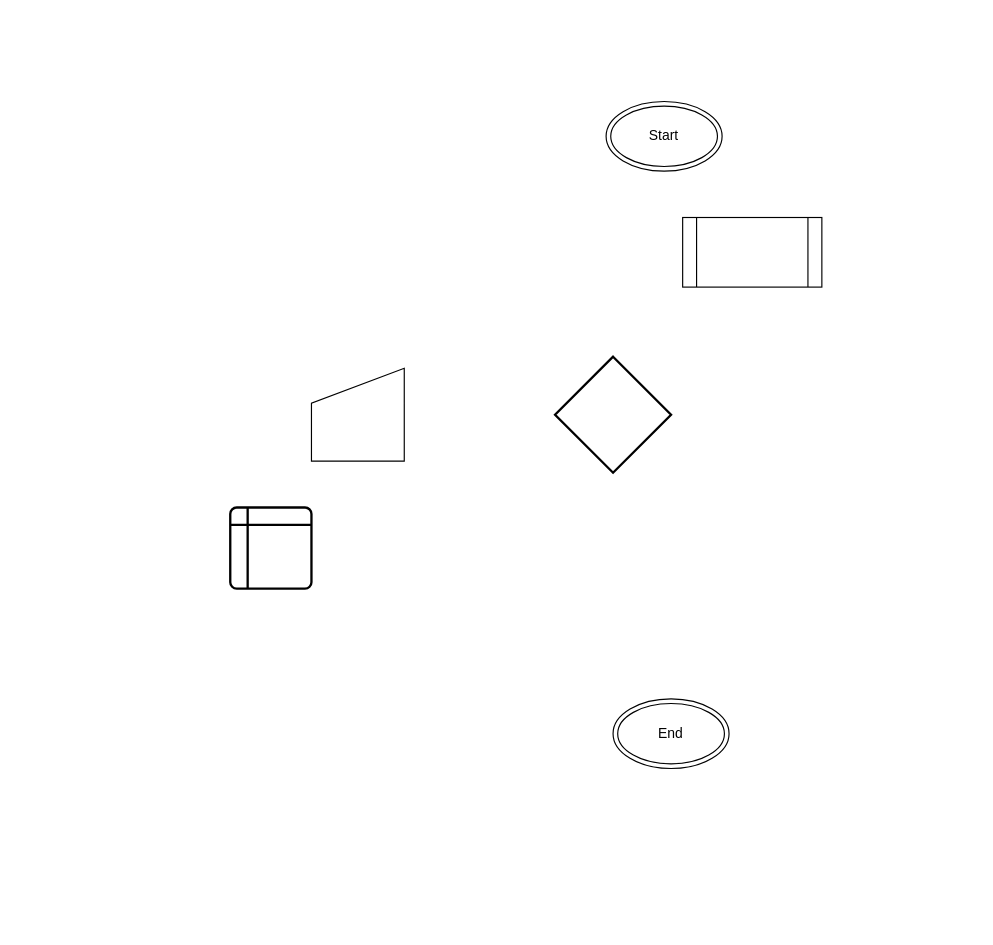
Before: flowchart inventarissysteem.drawio in Marc-Elz/vue-inventaris-systeem, a draw.io diagram. Source tidied: cells renumbered, new cells numbered last; positions are measured from the earlier drawing's top-left corner, leaving out a move shared by most shapes. Both pictures are drawn from the tidied source at 116%, with x=0, y=0 at pixel (230, 101).
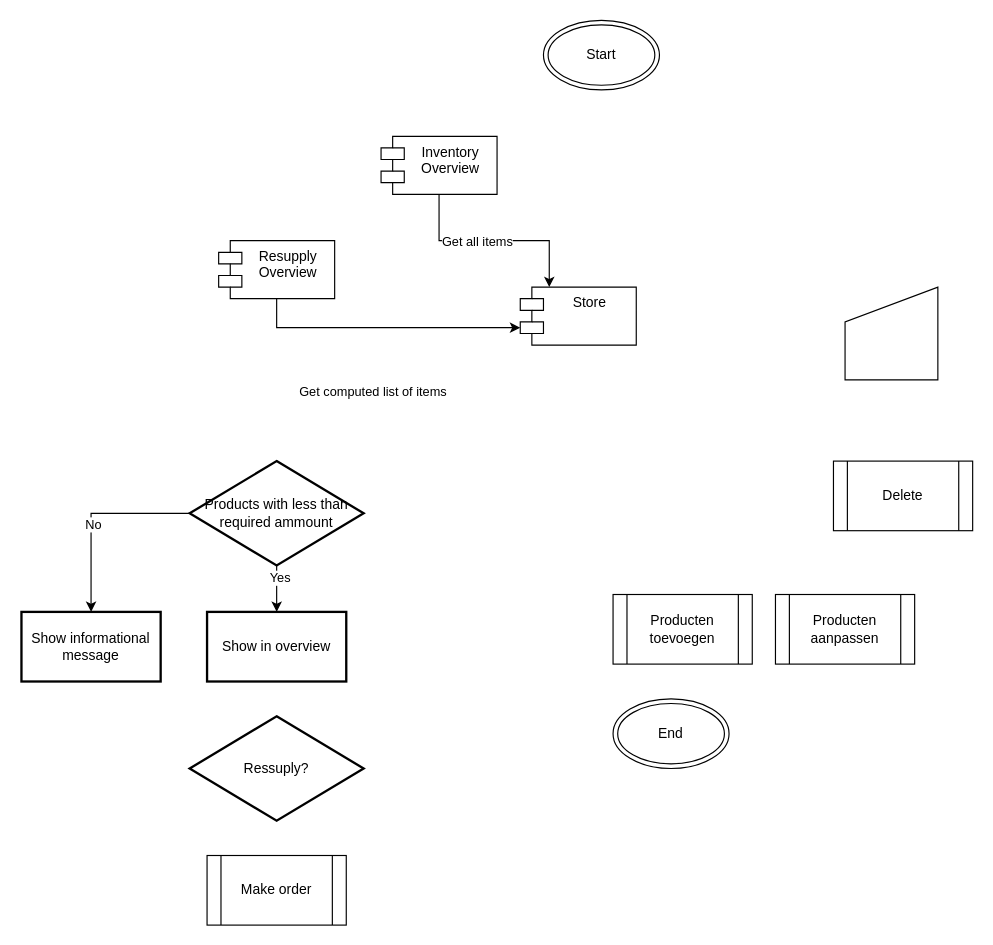
The same diagram, later.

Diff of the diagram source:
```diff
@@
-    <mxCell id="2" style="strokeWidth=2;html=1;shape=mxgraph.flowchart.decision;whiteSpace=wrap;" parent="1" vertex="1">
-      <mxGeometry x="280" y="220" width="100" height="100" as="geometry" />
-    </mxCell>
-    <mxCell id="3" style="shape=internalStorage;whiteSpace=wrap;html=1;dx=15;dy=15;rounded=1;arcSize=8;strokeWidth=2;" parent="1" vertex="1">
-      <mxGeometry y="350" width="70" height="70" as="geometry" />
-    </mxCell>
     <mxCell id="4" value="Start" style="ellipse;shape=doubleEllipse;whiteSpace=wrap;html=1;" parent="1" vertex="1">
-      <mxGeometry x="324" width="100" height="60" as="geometry" />
+      <mxGeometry x="270" y="-70" width="100" height="60" as="geometry" />
     </mxCell>
@@
-    <mxCell id="6" style="shape=process;whiteSpace=wrap;html=1;backgroundOutline=1;" parent="1" vertex="1">
-      <mxGeometry x="390" y="100" width="120" height="60" as="geometry" />
+    <mxCell id="6" value="Producten toevoegen" style="shape=process;whiteSpace=wrap;html=1;backgroundOutline=1;" parent="1" vertex="1">
+      <mxGeometry x="330" y="425" width="120" height="60" as="geometry" />
     </mxCell>
     <mxCell id="7" style="shape=manualInput;whiteSpace=wrap;html=1;" parent="1" vertex="1">
-      <mxGeometry x="70" y="230" width="80" height="80" as="geometry" />
+      <mxGeometry x="530" y="160" width="80" height="80" as="geometry" />
     </mxCell>
+    <mxCell id="8" value="Store" style="shape=module;align=left;spacingLeft=20;align=center;verticalAlign=top;whiteSpace=wrap;html=1;" parent="1" vertex="1">
+      <mxGeometry x="250" y="160" width="100" height="50" as="geometry" />
+    </mxCell>
+    <mxCell id="9" style="edgeStyle=orthogonalEdgeStyle;rounded=0;jettySize=auto;html=1;exitX=0.5;exitY=1;exitDx=0;exitDy=0;entryX=0.25;entryY=0;entryDx=0;entryDy=0;" parent="1" edge="1" source="11" target="8">
+      <mxGeometry relative="1" as="geometry" />
+    </mxCell>
+    <mxCell id="10" value="Get all items" style="edgeLabel;html=1;align=center;verticalAlign=middle;" parent="9" vertex="1">
+      <mxGeometry x="-0.18" relative="1" as="geometry" />
+    </mxCell>
+    <mxCell id="11" value="Inventory Overview" style="shape=module;align=left;spacingLeft=20;align=center;verticalAlign=top;whiteSpace=wrap;html=1;" parent="1" vertex="1">
+      <mxGeometry x="130" y="30" width="100" height="50" as="geometry" />
+    </mxCell>
+    <mxCell id="12" style="edgeStyle=orthogonalEdgeStyle;rounded=0;jettySize=auto;html=1;" parent="1" edge="1" source="16" target="22">
+      <mxGeometry relative="1" as="geometry" />
+    </mxCell>
+    <mxCell id="13" value="Yes" style="edgeLabel;html=1;align=center;verticalAlign=middle;" parent="12" vertex="1">
+      <mxGeometry x="-0.5" y="2" relative="1" as="geometry" />
+    </mxCell>
+    <mxCell id="14" style="edgeStyle=orthogonalEdgeStyle;rounded=0;jettySize=auto;html=1;entryX=0.5;entryY=0;entryDx=0;entryDy=0;" parent="1" edge="1" source="16" target="25">
+      <mxGeometry relative="1" as="geometry" />
+    </mxCell>
+    <mxCell id="15" value="No" style="edgeLabel;html=1;align=center;verticalAlign=middle;" parent="14" vertex="1">
+      <mxGeometry x="0.11" y="1" relative="1" as="geometry" />
+    </mxCell>
+    <mxCell id="16" value="Products with less than required ammount" style="strokeWidth=2;html=1;shape=mxgraph.flowchart.decision;whiteSpace=wrap;" parent="1" vertex="1">
+      <mxGeometry x="-35" y="310" width="150" height="90" as="geometry" />
+    </mxCell>
+    <mxCell id="17" value="Producten aanpassen" style="shape=process;whiteSpace=wrap;html=1;backgroundOutline=1;" parent="1" vertex="1">
+      <mxGeometry x="470" y="425" width="120" height="60" as="geometry" />
+    </mxCell>
+    <mxCell id="18" value="Delete" style="shape=process;whiteSpace=wrap;html=1;backgroundOutline=1;" parent="1" vertex="1">
+      <mxGeometry x="520" y="310" width="120" height="60" as="geometry" />
+    </mxCell>
+    <mxCell id="19" value="&lt;div&gt;Resupply&lt;/div&gt;&lt;div&gt;Overview&lt;/div&gt;" style="shape=module;align=left;spacingLeft=20;align=center;verticalAlign=top;whiteSpace=wrap;html=1;" parent="1" vertex="1">
+      <mxGeometry x="-10" y="120" width="100" height="50" as="geometry" />
+    </mxCell>
+    <mxCell id="20" style="edgeStyle=orthogonalEdgeStyle;rounded=0;jettySize=auto;html=1;exitX=0.5;exitY=1;exitDx=0;exitDy=0;entryX=0;entryY=0;entryDx=0;entryDy=35;entryPerimeter=0;" parent="1" edge="1" source="19" target="8">
+      <mxGeometry relative="1" as="geometry" />
+    </mxCell>
+    <mxCell id="21" value="Get computed list of items" style="edgeLabel;html=1;align=center;verticalAlign=middle;" parent="20" vertex="1">
+      <mxGeometry x="-0.77" relative="1" as="geometry">
+        <mxPoint x="80" y="54" as="offset" />
+      </mxGeometry>
+    </mxCell>
+    <mxCell id="22" value="Show in overview" style="whiteSpace=wrap;html=1;strokeWidth=2;" parent="1" vertex="1">
+      <mxGeometry x="-20" y="440" width="120" height="60" as="geometry" />
+    </mxCell>
+    <mxCell id="23" value="Make order" style="shape=process;whiteSpace=wrap;html=1;backgroundOutline=1;" parent="1" vertex="1">
+      <mxGeometry x="-20" y="650" width="120" height="60" as="geometry" />
+    </mxCell>
+    <mxCell id="24" value="Ressuply?" style="strokeWidth=2;html=1;shape=mxgraph.flowchart.decision;whiteSpace=wrap;" parent="1" vertex="1">
+      <mxGeometry x="-35" y="530" width="150" height="90" as="geometry" />
+    </mxCell>
+    <mxCell id="25" value="Show informational message" style="whiteSpace=wrap;html=1;strokeWidth=2;" parent="1" vertex="1">
+      <mxGeometry x="-180" y="440" width="120" height="60" as="geometry" />
+    </mxCell>
```
